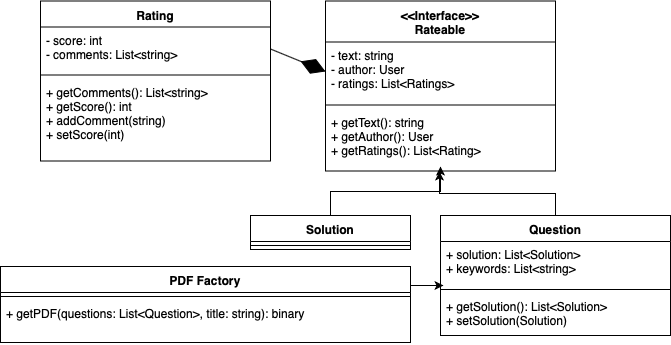
The draw.io diagram docs/diagrams/exam-generator.png in utec-cs2901-2019-2/easy-exam-grupo-iii, before a commit. Source tidied: cells renumbered, new cells last; positions are measured from the earlier drawing's top-left corner, leaving out a move shared by most shapes.
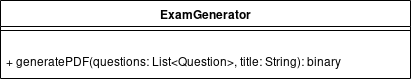
Later version of the same file.

The edit, as a diff of the source:
```diff
@@ -2,70 +2,14 @@
   <root>
     <mxCell id="0" />
     <mxCell id="1" parent="0" />
-    <mxCell id="2" value="Rating" style="swimlane;fontStyle=1;align=center;verticalAlign=top;horizontal=1;startSize=26;" parent="1" vertex="1">
-      <mxGeometry x="40" y="0.5" width="230" height="160" as="geometry" />
-    </mxCell>
-    <mxCell id="3" value="- score: int&#10;- comments: List&lt;string&gt;" style="text;strokeColor=none;fillColor=none;align=left;verticalAlign=top;spacingLeft=4;spacingRight=4;overflow=hidden;points=[[0,0.5],[1,0.5]];portConstraint=eastwest;" parent="2" vertex="1">
-      <mxGeometry y="26" width="230" height="44" as="geometry" />
-    </mxCell>
-    <mxCell id="4" style="line;strokeWidth=1;fillColor=none;align=left;verticalAlign=middle;spacingTop=-1;spacingLeft=3;spacingRight=3;labelPosition=right;" parent="2" vertex="1">
-      <mxGeometry y="70" width="230" height="8" as="geometry" />
-    </mxCell>
-    <mxCell id="5" value="+ getComments(): List&lt;string&gt;&#10;+ getScore(): int&#10;+ addComment(string)&#10;+ setScore(int)" style="text;strokeColor=none;fillColor=none;align=left;verticalAlign=top;spacingLeft=4;spacingRight=4;overflow=hidden;" parent="2" vertex="1">
-      <mxGeometry y="78" width="230" height="82" as="geometry" />
-    </mxCell>
-    <mxCell id="6" value="&lt;&lt;Interface&gt;&gt;&#10;Rateable" style="swimlane;fontStyle=1;align=center;verticalAlign=top;horizontal=1;startSize=41;" parent="1" vertex="1">
-      <mxGeometry x="325" y="0.5" width="230" height="170" as="geometry" />
-    </mxCell>
-    <mxCell id="7" value="- text: string&#10;- author: User&#10;- ratings: List&lt;Ratings&gt;&#10;" style="text;strokeColor=none;fillColor=none;align=left;verticalAlign=top;spacingLeft=4;spacingRight=4;overflow=hidden;points=[[0,0.5],[1,0.5]];portConstraint=eastwest;" parent="6" vertex="1">
-      <mxGeometry y="41" width="230" height="59" as="geometry" />
-    </mxCell>
-    <mxCell id="8" style="line;strokeWidth=1;fillColor=none;align=left;verticalAlign=middle;spacingTop=-1;spacingLeft=3;spacingRight=3;labelPosition=right;" parent="6" vertex="1">
-      <mxGeometry y="100" width="230" height="8" as="geometry" />
-    </mxCell>
-    <mxCell id="9" value="+ getText(): string&#10;+ getAuthor(): User&#10;+ getRatings(): List&lt;Rating&gt;" style="text;strokeColor=none;fillColor=none;align=left;verticalAlign=top;spacingLeft=4;spacingRight=4;overflow=hidden;points=[[0,0.5],[1,0.5]];portConstraint=eastwest;" parent="6" vertex="1">
-      <mxGeometry y="108" width="230" height="62" as="geometry" />
-    </mxCell>
-    <mxCell id="10" style="endArrow=diamondThin;endFill=1;endSize=24;html=1;entryX=0;entryY=0.5;entryDx=0;entryDy=0;exitX=1;exitY=0.5;exitDx=0;exitDy=0;" parent="1" edge="1" source="3" target="7">
-      <mxGeometry relative="1" as="geometry" />
-    </mxCell>
-    <mxCell id="11" style="edgeStyle=orthogonalEdgeStyle;rounded=0;jettySize=auto;html=1;exitX=0.5;exitY=0;exitDx=0;exitDy=0;entryX=0.496;entryY=1.008;entryDx=0;entryDy=0;entryPerimeter=0;" parent="1" edge="1" source="12" target="9">
-      <mxGeometry relative="1" as="geometry" />
-    </mxCell>
-    <mxCell id="12" value="Question" style="swimlane;fontStyle=1;align=center;verticalAlign=top;horizontal=1;startSize=26;" parent="1" vertex="1">
-      <mxGeometry x="440" y="215" width="230" height="120" as="geometry" />
-    </mxCell>
-    <mxCell id="13" value="+ solution: List&lt;Solution&gt;&#10;+ keywords: List&lt;string&gt;" style="text;strokeColor=none;fillColor=none;align=left;verticalAlign=top;spacingLeft=4;spacingRight=4;overflow=hidden;points=[[0,0.5],[1,0.5]];portConstraint=eastwest;" parent="12" vertex="1">
-      <mxGeometry y="26" width="230" height="44" as="geometry" />
-    </mxCell>
-    <mxCell id="14" style="line;strokeWidth=1;fillColor=none;align=left;verticalAlign=middle;spacingTop=-1;spacingLeft=3;spacingRight=3;labelPosition=right;" parent="12" vertex="1">
-      <mxGeometry y="70" width="230" height="8" as="geometry" />
-    </mxCell>
-    <mxCell id="15" value="+ getSolution(): List&lt;Solution&gt;&#10;+ setSolution(Solution)" style="text;strokeColor=none;fillColor=none;align=left;verticalAlign=top;spacingLeft=4;spacingRight=4;overflow=hidden;" parent="12" vertex="1">
-      <mxGeometry y="78" width="230" height="42" as="geometry" />
-    </mxCell>
-    <mxCell id="16" style="edgeStyle=orthogonalEdgeStyle;rounded=0;jettySize=auto;html=1;exitX=0.5;exitY=0;exitDx=0;exitDy=0;" parent="1" edge="1" source="17">
-      <mxGeometry relative="1" as="geometry">
-        <mxPoint x="440" y="166" as="targetPoint" />
-      </mxGeometry>
-    </mxCell>
-    <mxCell id="17" value="Solution" style="swimlane;fontStyle=1;align=center;verticalAlign=top;horizontal=1;startSize=26;" parent="1" vertex="1">
-      <mxGeometry x="250" y="215" width="160" height="34" as="geometry" />
-    </mxCell>
-    <mxCell id="18" style="line;strokeWidth=1;fillColor=none;align=left;verticalAlign=middle;spacingTop=-1;spacingLeft=3;spacingRight=3;labelPosition=right;" parent="17" vertex="1">
-      <mxGeometry y="26" width="160" height="8" as="geometry" />
-    </mxCell>
-    <mxCell id="19" style="edgeStyle=orthogonalEdgeStyle;rounded=0;jettySize=auto;html=1;exitX=1;exitY=0.25;exitDx=0;exitDy=0;entryX=0.013;entryY=1;entryDx=0;entryDy=0;entryPerimeter=0;" parent="1" edge="1" source="20" target="13">
-      <mxGeometry relative="1" as="geometry" />
-    </mxCell>
-    <mxCell id="20" value="PDF Factory" style="swimlane;fontStyle=1;align=center;verticalAlign=top;horizontal=1;startSize=26;" parent="1" vertex="1">
-      <mxGeometry y="266" width="410" height="76" as="geometry" />
-    </mxCell>
+    <mxCell id="23" value="ExamGenerator" style="swimlane;fontStyle=1;align=center;verticalAlign=top;horizontal=1;startSize=26;" parent="1" vertex="1">
+      <mxGeometry x="-490" y="-234" width="410" height="78" as="geometry" />
+    </mxCell>
-    <mxCell id="21" style="line;strokeWidth=1;fillColor=none;align=left;verticalAlign=middle;spacingTop=-1;spacingLeft=3;spacingRight=3;labelPosition=right;" parent="20" vertex="1">
+    <mxCell id="21" style="line;strokeWidth=1;fillColor=none;align=left;verticalAlign=middle;spacingTop=-1;spacingLeft=3;spacingRight=3;labelPosition=right;" parent="23" vertex="1">
       <mxGeometry y="26" width="410" height="8" as="geometry" />
     </mxCell>
-    <mxCell id="22" value="+ getPDF(questions: List&lt;Question&gt;, title: string): binary" style="text;strokeColor=none;fillColor=none;align=left;verticalAlign=top;spacingLeft=4;spacingRight=4;overflow=hidden;" parent="20" vertex="1">
-      <mxGeometry y="34" width="410" height="42" as="geometry" />
-    </mxCell>
+    <mxCell id="24" value="&#10;+ generatePDF(questions: List&lt;Question&gt;, title: String): binary&#10;" style="text;strokeColor=none;fillColor=none;align=left;verticalAlign=top;spacingLeft=4;spacingRight=4;overflow=hidden;" parent="23" vertex="1">
+      <mxGeometry y="34" width="410" height="44" as="geometry" />
+    </mxCell>
   </root>
 </mxGraphModel>
```
